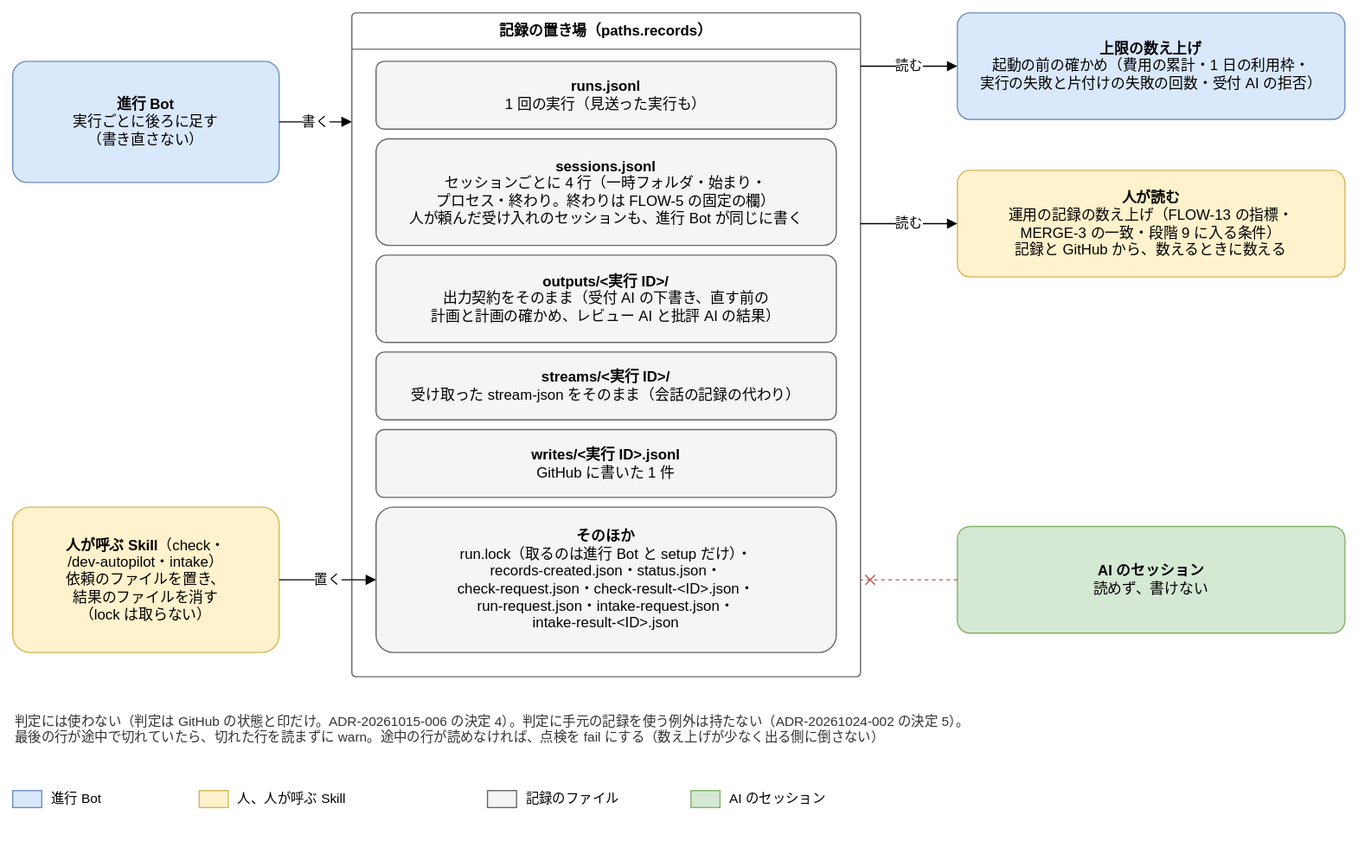
Before: docs/design/basic/diagrams/02-records.drawio.svg, a diagram exported from draw.io (Joymerrevent/dev-autopilot). Source tidied: cells renumbered, new cells last; positions are measured from the earlier drawing's top-left corner, leaving out a move shared by most shapes.
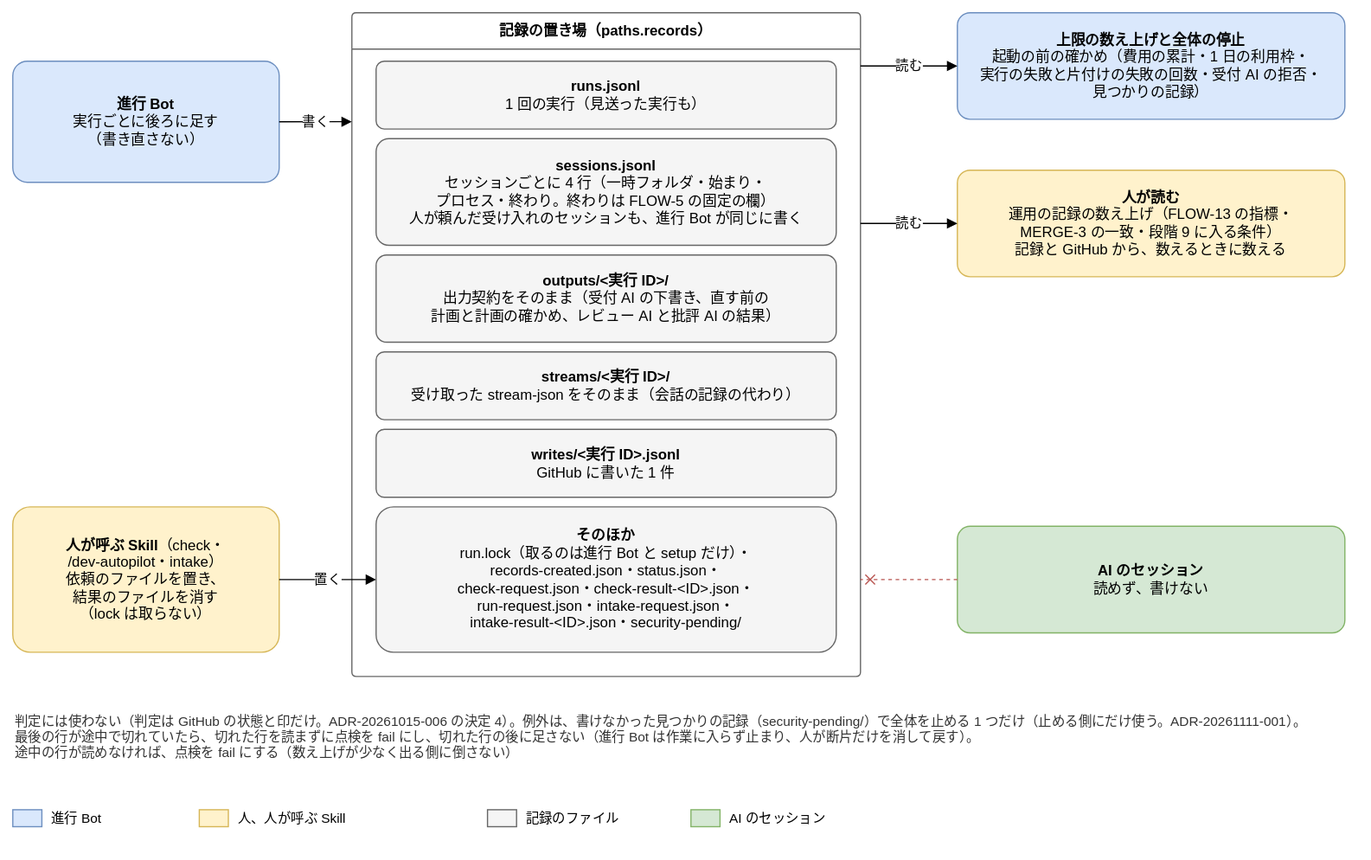
The same diagram one commit later.

Diff of the diagram source:
```diff
@@ -20,7 +20,7 @@
     <mxCell id="7" value="&lt;b&gt;writes/&amp;lt;実行 ID&amp;gt;.jsonl&lt;/b&gt;&lt;br&gt;GitHub に書いた 1 件" style="rounded=1;whiteSpace=wrap;html=1;fontSize=12;arcSize=12;fillColor=#f5f5f5;strokeColor=#666666;spacing=8;" parent="1" vertex="1">
       <mxGeometry x="300" y="344" width="380" height="56" as="geometry" />
     </mxCell>
-    <mxCell id="8" value="&lt;b&gt;そのほか&lt;/b&gt;&lt;br&gt;run.lock（取るのは進行 Bot と setup だけ）・&lt;br&gt;records-created.json・status.json・&lt;br&gt;check-request.json・check-result-&amp;lt;ID&amp;gt;.json・&lt;br&gt;run-request.json・intake-request.json・&lt;br&gt;intake-result-&amp;lt;ID&amp;gt;.json" style="rounded=1;whiteSpace=wrap;html=1;fontSize=12;arcSize=12;fillColor=#f5f5f5;strokeColor=#666666;spacing=8;" parent="1" vertex="1">
+    <mxCell id="8" value="&lt;b&gt;そのほか&lt;/b&gt;&lt;br&gt;run.lock（取るのは進行 Bot と setup だけ）・&lt;br&gt;records-created.json・status.json・&lt;br&gt;check-request.json・check-result-&amp;lt;ID&amp;gt;.json・&lt;br&gt;run-request.json・intake-request.json・&lt;br&gt;intake-result-&amp;lt;ID&amp;gt;.json・security-pending/" style="rounded=1;whiteSpace=wrap;html=1;fontSize=12;arcSize=12;fillColor=#f5f5f5;strokeColor=#666666;spacing=8;" parent="1" vertex="1">
       <mxGeometry x="300" y="408" width="380" height="120" as="geometry" />
     </mxCell>
     <mxCell id="9" value="&lt;b&gt;進行 Bot&lt;/b&gt;&lt;br&gt;実行ごとに後ろに足す&lt;br&gt;（書き直さない）" style="rounded=1;whiteSpace=wrap;html=1;fontSize=12;arcSize=12;fillColor=#dae8fc;strokeColor=#6c8ebf;spacing=8;" parent="1" vertex="1">
@@ -35,7 +35,7 @@
     <mxCell id="12" value="置く" style="edgeStyle=orthogonalEdgeStyle;rounded=1;html=1;endArrow=block;endFill=1;fontSize=11;labelBackgroundColor=#ffffff;exitX=1;exitY=0.5;exitDx=0;exitDy=0;entryX=0;entryY=0.5;entryDx=0;entryDy=0;" parent="1" edge="1" source="11" target="8">
       <mxGeometry relative="1" as="geometry" />
     </mxCell>
-    <mxCell id="13" value="&lt;b&gt;上限の数え上げ&lt;/b&gt;&lt;br&gt;起動の前の確かめ（費用の累計・1 日の利用枠・&lt;br&gt;実行の失敗と片付けの失敗の回数・受付 AI の拒否）" style="rounded=1;whiteSpace=wrap;html=1;fontSize=12;arcSize=12;fillColor=#dae8fc;strokeColor=#6c8ebf;spacing=8;" parent="1" vertex="1">
+    <mxCell id="13" value="&lt;b&gt;上限の数え上げと全体の停止&lt;/b&gt;&lt;br&gt;起動の前の確かめ（費用の累計・1 日の利用枠・&lt;br&gt;実行の失敗と片付けの失敗の回数・受付 AI の拒否・&lt;br&gt;見つかりの記録）" style="rounded=1;whiteSpace=wrap;html=1;fontSize=12;arcSize=12;fillColor=#dae8fc;strokeColor=#6c8ebf;spacing=8;" parent="1" vertex="1">
       <mxGeometry x="780" width="320" height="88" as="geometry" />
     </mxCell>
     <mxCell id="14" value="読む" style="edgeStyle=orthogonalEdgeStyle;rounded=1;html=1;endArrow=block;endFill=1;fontSize=11;labelBackgroundColor=#ffffff;exitX=1;exitY=0.0803;exitDx=0;exitDy=0;entryX=0;entryY=0.5;entryDx=0;entryDy=0;" parent="1" edge="1" source="2" target="13">
@@ -53,32 +53,32 @@
     <mxCell id="18" style="edgeStyle=orthogonalEdgeStyle;rounded=1;html=1;endArrow=block;endFill=1;fontSize=11;labelBackgroundColor=#ffffff;dashed=1;strokeColor=#b85450;endArrow=cross;endFill=0;exitX=0;exitY=0.5;exitDx=0;exitDy=0;entryX=1;entryY=0.854;entryDx=0;entryDy=0;" parent="1" edge="1" source="17" target="2">
       <mxGeometry relative="1" as="geometry" />
     </mxCell>
-    <mxCell id="19" value="判定には使わない（判定は GitHub の状態と印だけ。ADR-20261015-006 の決定 4）。判定に手元の記録を使う例外は持たない（ADR-20261024-002 の決定 5）。&lt;br&gt;最後の行が途中で切れていたら、切れた行を読まずに warn。途中の行が読めなければ、点検を fail にする（数え上げが少なく出る側に倒さない）" style="text;html=1;whiteSpace=wrap;align=left;verticalAlign=top;fontSize=11;fontColor=#333333;" parent="1" vertex="1">
-      <mxGeometry y="572" width="1100" height="44" as="geometry" />
+    <mxCell id="19" value="判定には使わない（判定は GitHub の状態と印だけ。ADR-20261015-006 の決定 4）。例外は、書けなかった見つかりの記録（security-pending/）で全体を止める 1 つだけ（止める側にだけ使う。ADR-20261111-001）。&lt;br&gt;最後の行が途中で切れていたら、切れた行を読まずに点検を fail にし、切れた行の後に足さない（進行 Bot は作業に入らず止まり、人が断片だけを消して戻す）。&lt;br&gt;途中の行が読めなければ、点検を fail にする（数え上げが少なく出る側に倒さない）" style="text;html=1;whiteSpace=wrap;align=left;verticalAlign=top;fontSize=11;fontColor=#333333;" parent="1" vertex="1">
+      <mxGeometry y="572" width="1100" height="60" as="geometry" />
     </mxCell>
     <mxCell id="20" style="rounded=0;whiteSpace=wrap;html=1;fillColor=#dae8fc;strokeColor=#6c8ebf;" parent="1" vertex="1">
-      <mxGeometry y="642" width="24" height="14" as="geometry" />
+      <mxGeometry y="658" width="24" height="14" as="geometry" />
     </mxCell>
     <mxCell id="21" value="進行 Bot" style="text;html=1;whiteSpace=wrap;align=left;verticalAlign=middle;fontSize=11;" parent="1" vertex="1">
-      <mxGeometry x="30" y="636" width="104" height="26" as="geometry" />
+      <mxGeometry x="30" y="652" width="104" height="26" as="geometry" />
     </mxCell>
     <mxCell id="22" style="rounded=0;whiteSpace=wrap;html=1;fillColor=#fff2cc;strokeColor=#d6b656;" parent="1" vertex="1">
-      <mxGeometry x="154" y="642" width="24" height="14" as="geometry" />
+      <mxGeometry x="154" y="658" width="24" height="14" as="geometry" />
     </mxCell>
     <mxCell id="23" value="人、人が呼ぶ Skill" style="text;html=1;whiteSpace=wrap;align=left;verticalAlign=middle;fontSize=11;" parent="1" vertex="1">
-      <mxGeometry x="184" y="636" width="188" height="26" as="geometry" />
+      <mxGeometry x="184" y="652" width="188" height="26" as="geometry" />
     </mxCell>
     <mxCell id="24" style="rounded=0;whiteSpace=wrap;html=1;fillColor=#f5f5f5;strokeColor=#666666;" parent="1" vertex="1">
-      <mxGeometry x="392" y="642" width="24" height="14" as="geometry" />
+      <mxGeometry x="392" y="658" width="24" height="14" as="geometry" />
     </mxCell>
     <mxCell id="25" value="記録のファイル" style="text;html=1;whiteSpace=wrap;align=left;verticalAlign=middle;fontSize=11;" parent="1" vertex="1">
-      <mxGeometry x="422" y="636" width="118" height="26" as="geometry" />
+      <mxGeometry x="422" y="652" width="118" height="26" as="geometry" />
     </mxCell>
     <mxCell id="26" style="rounded=0;whiteSpace=wrap;html=1;fillColor=#d5e8d4;strokeColor=#82b366;" parent="1" vertex="1">
-      <mxGeometry x="560" y="642" width="24" height="14" as="geometry" />
+      <mxGeometry x="560" y="658" width="24" height="14" as="geometry" />
     </mxCell>
     <mxCell id="27" value="AI のセッション" style="text;html=1;whiteSpace=wrap;align=left;verticalAlign=middle;fontSize=11;" parent="1" vertex="1">
-      <mxGeometry x="590" y="636" width="146" height="26" as="geometry" />
+      <mxGeometry x="590" y="652" width="146" height="26" as="geometry" />
     </mxCell>
   </root>
 </mxGraphModel>
```
